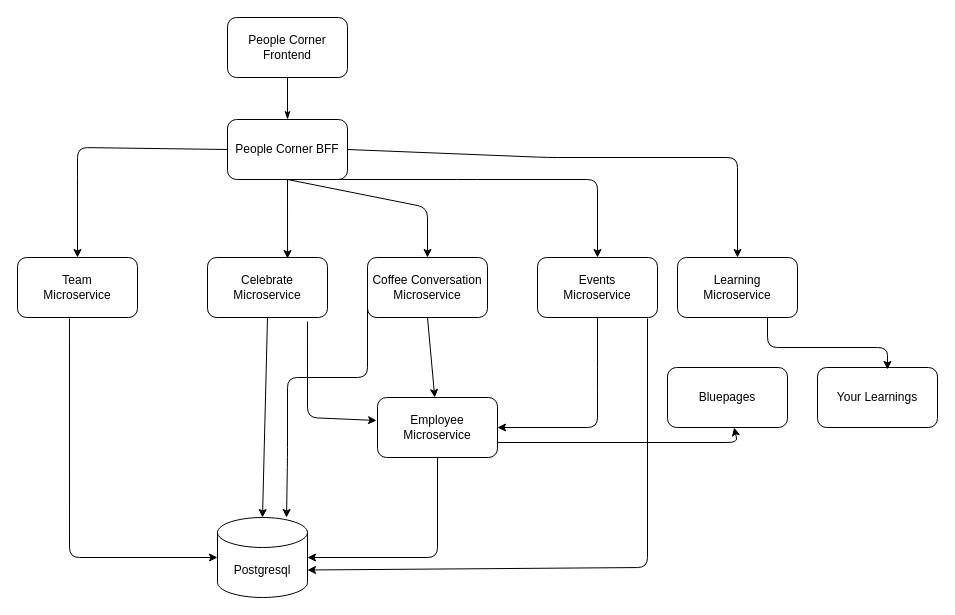
Before: work/Untitled Diagram.drawio in bhagyaravi98/drawings, a draw.io diagram. Source tidied: cells renumbered, new cells numbered last; positions are measured from the earlier drawing's top-left corner, leaving out a move shared by most shapes. Both pictures are drawn from the tidied source at 100%, with x=0, y=0 at pixel (17, 17).
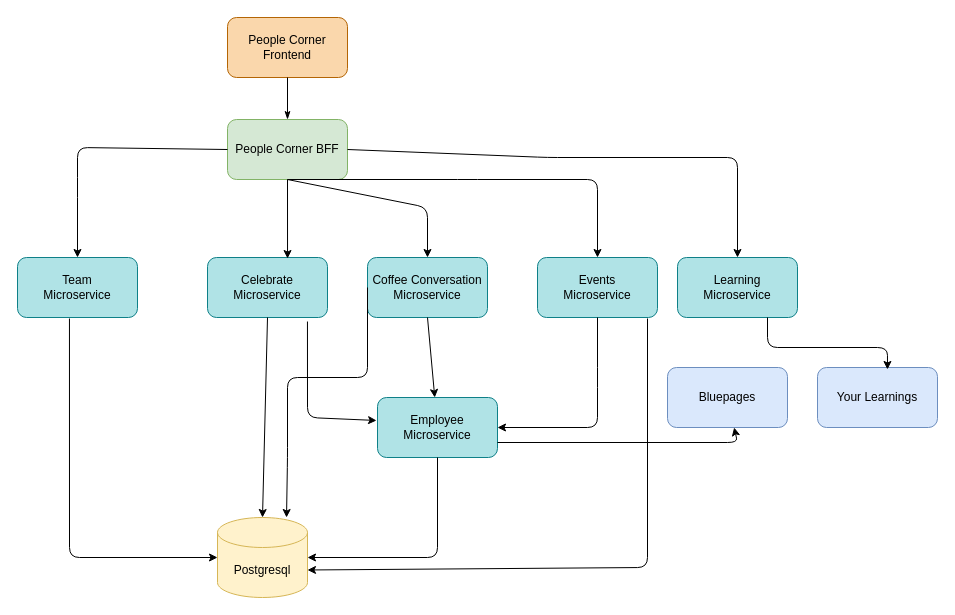
Above is the later version.

The edit, as a diff of the source:
```diff
@@
-    <mxCell id="2" value="People Corner Frontend" style="rounded=1;whiteSpace=wrap;html=1;" parent="1" vertex="1">
+    <mxCell id="2" value="People Corner Frontend" style="rounded=1;whiteSpace=wrap;html=1;fillColor=#fad7ac;strokeColor=#b46504;" parent="1" vertex="1">
       <mxGeometry x="210" width="120" height="60" as="geometry" />
     </mxCell>
-    <mxCell id="3" value="People Corner BFF" style="rounded=1;whiteSpace=wrap;html=1;" parent="1" vertex="1">
+    <mxCell id="3" value="People Corner BFF" style="rounded=1;whiteSpace=wrap;html=1;fillColor=#d5e8d4;strokeColor=#82b366;" parent="1" vertex="1">
       <mxGeometry x="210" y="102" width="120" height="60" as="geometry" />
     </mxCell>
-    <mxCell id="4" value="Employee Microservice" style="rounded=1;whiteSpace=wrap;html=1;" parent="1" vertex="1">
+    <mxCell id="4" value="Employee Microservice" style="rounded=1;whiteSpace=wrap;html=1;fillColor=#b0e3e6;strokeColor=#0e8088;" parent="1" vertex="1">
       <mxGeometry x="360" y="380" width="120" height="60" as="geometry" />
     </mxCell>
-    <mxCell id="5" value="&lt;div&gt;Team&lt;/div&gt;&lt;div&gt; Microservice&lt;/div&gt;" style="rounded=1;whiteSpace=wrap;html=1;" parent="1" vertex="1">
+    <mxCell id="5" value="&lt;div&gt;Team&lt;/div&gt;&lt;div&gt; Microservice&lt;/div&gt;" style="rounded=1;whiteSpace=wrap;html=1;fillColor=#b0e3e6;strokeColor=#0e8088;" parent="1" vertex="1">
       <mxGeometry y="240" width="120" height="60" as="geometry" />
     </mxCell>
-    <mxCell id="6" value="&lt;div&gt;Celebrate &lt;br&gt;&lt;/div&gt;&lt;div&gt; Microservice&lt;/div&gt;" style="rounded=1;whiteSpace=wrap;html=1;" parent="1" vertex="1">
+    <mxCell id="6" value="&lt;div&gt;Celebrate &lt;br&gt;&lt;/div&gt;&lt;div&gt; Microservice&lt;/div&gt;" style="rounded=1;whiteSpace=wrap;html=1;fillColor=#b0e3e6;strokeColor=#0e8088;" parent="1" vertex="1">
       <mxGeometry x="190" y="240" width="120" height="60" as="geometry" />
     </mxCell>
-    <mxCell id="7" value="&lt;div&gt;Coffee Conversation&lt;br&gt;&lt;/div&gt;&lt;div&gt; Microservice&lt;/div&gt;" style="rounded=1;whiteSpace=wrap;html=1;" parent="1" vertex="1">
+    <mxCell id="7" value="&lt;div&gt;Coffee Conversation&lt;br&gt;&lt;/div&gt;&lt;div&gt; Microservice&lt;/div&gt;" style="rounded=1;whiteSpace=wrap;html=1;fillColor=#b0e3e6;strokeColor=#0e8088;" parent="1" vertex="1">
       <mxGeometry x="350" y="240" width="120" height="60" as="geometry" />
     </mxCell>
-    <mxCell id="8" value="&lt;div&gt;Events&lt;br&gt;&lt;/div&gt;&lt;div&gt; Microservice&lt;/div&gt;" style="rounded=1;whiteSpace=wrap;html=1;" parent="1" vertex="1">
+    <mxCell id="8" value="&lt;div&gt;Events&lt;br&gt;&lt;/div&gt;&lt;div&gt; Microservice&lt;/div&gt;" style="rounded=1;whiteSpace=wrap;html=1;fillColor=#b0e3e6;strokeColor=#0e8088;" parent="1" vertex="1">
       <mxGeometry x="520" y="240" width="120" height="60" as="geometry" />
     </mxCell>
-    <mxCell id="9" value="Postgresql " style="shape=cylinder3;whiteSpace=wrap;html=1;boundedLbl=1;backgroundOutline=1;size=15;" parent="1" vertex="1">
+    <mxCell id="9" value="Postgresql " style="shape=cylinder3;whiteSpace=wrap;html=1;boundedLbl=1;backgroundOutline=1;size=15;fillColor=#fff2cc;strokeColor=#d6b656;" parent="1" vertex="1">
       <mxGeometry x="200" y="500" width="90" height="80" as="geometry" />
     </mxCell>
@@
-    <mxCell id="23" value="Learning&lt;div&gt; Microservice&lt;/div&gt;" style="rounded=1;whiteSpace=wrap;html=1;" parent="1" vertex="1">
+    <mxCell id="23" value="Learning&lt;div&gt; Microservice&lt;/div&gt;" style="rounded=1;whiteSpace=wrap;html=1;fillColor=#b0e3e6;strokeColor=#0e8088;" parent="1" vertex="1">
       <mxGeometry x="660" y="240" width="120" height="60" as="geometry" />
     </mxCell>
@@
-    <mxCell id="25" value="Bluepages" style="rounded=1;whiteSpace=wrap;html=1;" parent="1" vertex="1">
+    <mxCell id="25" value="Bluepages" style="rounded=1;whiteSpace=wrap;html=1;fillColor=#dae8fc;strokeColor=#6c8ebf;" parent="1" vertex="1">
       <mxGeometry x="650" y="350" width="120" height="60" as="geometry" />
     </mxCell>
-    <mxCell id="26" value="Your Learnings" style="rounded=1;whiteSpace=wrap;html=1;" parent="1" vertex="1">
+    <mxCell id="26" value="Your Learnings" style="rounded=1;whiteSpace=wrap;html=1;fillColor=#dae8fc;strokeColor=#6c8ebf;" parent="1" vertex="1">
       <mxGeometry x="800" y="350" width="120" height="60" as="geometry" />
     </mxCell>
```
